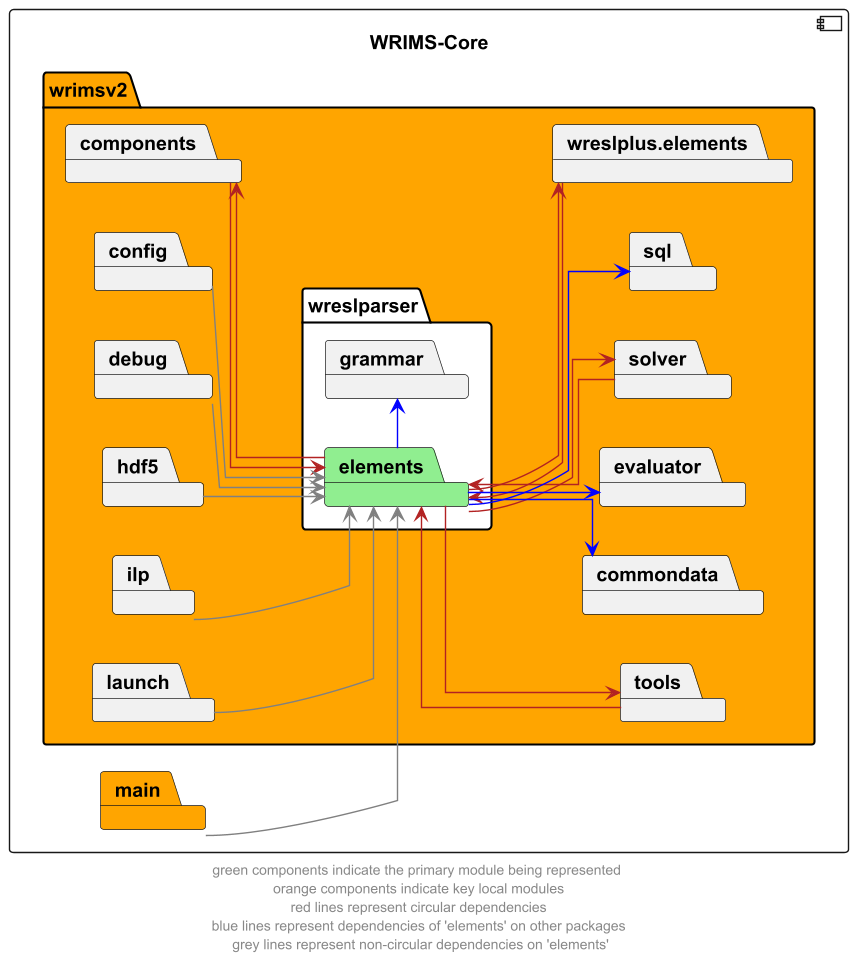
CentralValleyModeling/wrims keeps this PlantUML diagram as docs/diagrams/wrims-core/wrims-core_wreslparser-elements.png. Above is the earlier version.
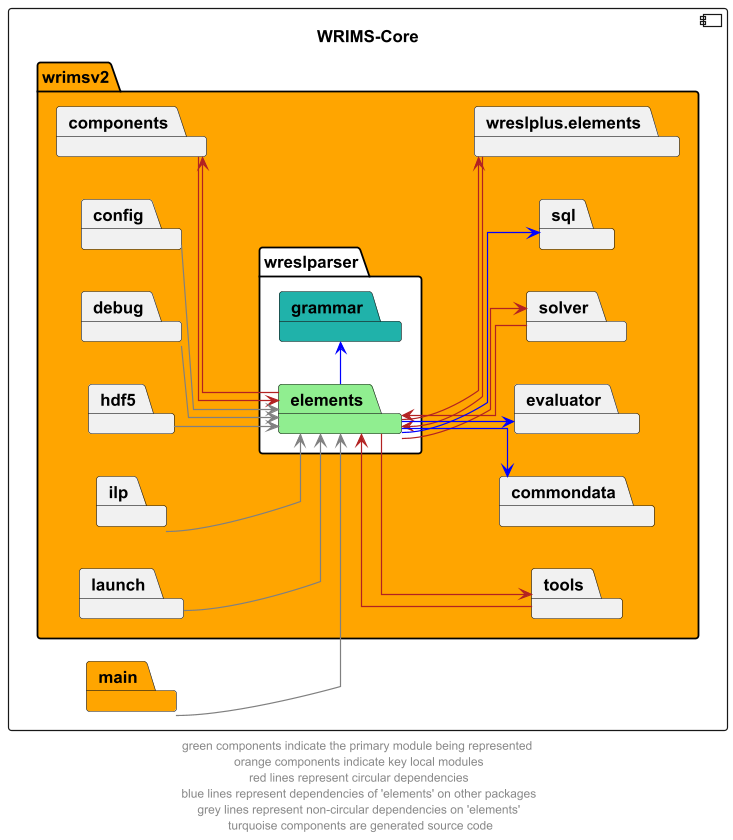
Later version of the same file.

Commit message:
Added note about generated code for grammar package

Change to the diagram source:
```diff
@@ -6,7 +6,7 @@
     package wrimsv2 #orange {
         package wreslparser #white {
             package elements #lightgreen
-            package grammar
+            package grammar #lightseagreen
         }
         package commondata
         package components
@@ -47,5 +47,5 @@
 main --> elements #grey
 
 
-footer "green components indicate the primary module being represented \n orange components indicate key local modules \n red lines represent circular dependencies \n blue lines represent dependencies of 'elements' on other packages \n grey lines represent non-circular dependencies on 'elements'"
+footer "green components indicate the primary module being represented \n orange components indicate key local modules \n red lines represent circular dependencies \n blue lines represent dependencies of 'elements' on other packages \n grey lines represent non-circular dependencies on 'elements' \n turquoise components are generated source code"
 @enduml
```
